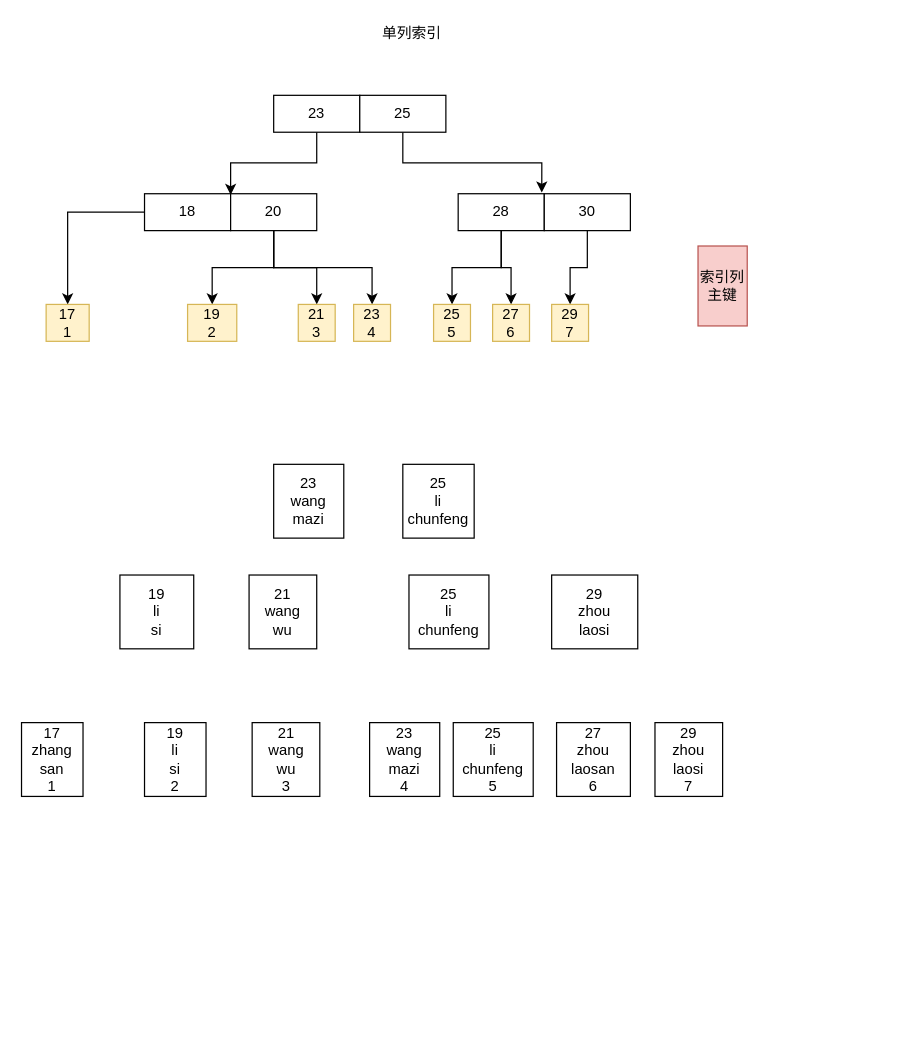
longjiangxue/blogImage keeps this draw.io diagram as break/Untitled Diagram.drawio. Above is the earlier version. Source tidied: cells renumbered, new cells numbered last; positions are measured from the earlier drawing's top-left corner, leaving out a move shared by most shapes. Both pictures are drawn from the tidied source at 123%, with x=0, y=0 at pixel (21, 21).
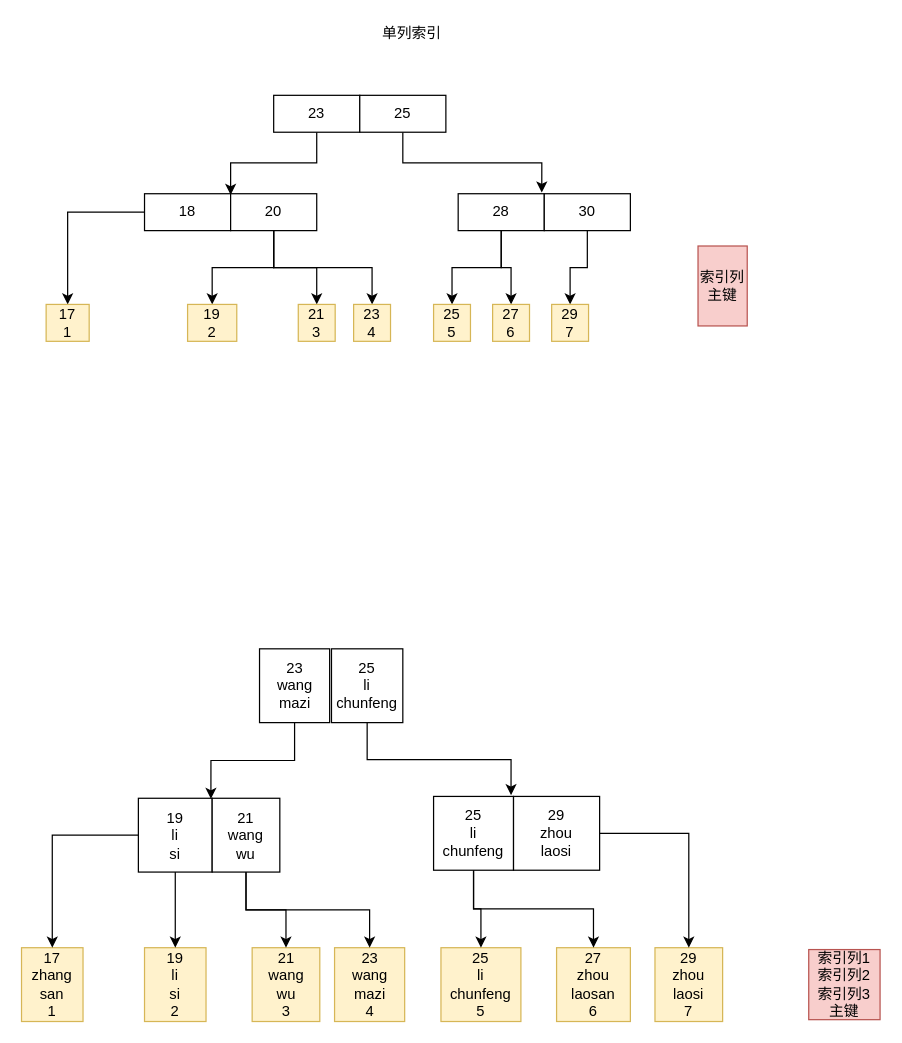
Above is the later version.

Diff of the diagram source:
```diff
@@
-    <mxCell id="26" value="23&lt;br&gt;wang&lt;br&gt;mazi&lt;br&gt;4" style="rounded=0;whiteSpace=wrap;html=1;" parent="1" vertex="1">
-      <mxGeometry x="283" y="570" width="57" height="60" as="geometry" />
+    <mxCell id="26" value="23&lt;br&gt;wang&lt;br&gt;mazi&lt;br&gt;4" style="rounded=0;whiteSpace=wrap;html=1;fillColor=#fff2cc;strokeColor=#d6b656;" parent="1" vertex="1">
+      <mxGeometry x="254.5" y="753" width="57" height="60" as="geometry" />
     </mxCell>
-    <mxCell id="27" value="17&lt;br&gt;zhang&lt;br&gt;san&lt;br&gt;1" style="rounded=0;whiteSpace=wrap;html=1;" parent="1" vertex="1">
-      <mxGeometry y="570" width="50" height="60" as="geometry" />
+    <mxCell id="27" value="17&lt;br&gt;zhang&lt;br&gt;san&lt;br&gt;1" style="rounded=0;whiteSpace=wrap;html=1;fillColor=#fff2cc;strokeColor=#d6b656;" parent="1" vertex="1">
+      <mxGeometry y="753" width="50" height="60" as="geometry" />
     </mxCell>
-    <mxCell id="28" value="19&lt;br&gt;li&lt;br&gt;si&lt;br&gt;2" style="rounded=0;whiteSpace=wrap;html=1;" parent="1" vertex="1">
-      <mxGeometry x="100" y="570" width="50" height="60" as="geometry" />
+    <mxCell id="28" value="19&lt;br&gt;li&lt;br&gt;si&lt;br&gt;2" style="rounded=0;whiteSpace=wrap;html=1;fillColor=#fff2cc;strokeColor=#d6b656;" parent="1" vertex="1">
+      <mxGeometry x="100" y="753" width="50" height="60" as="geometry" />
     </mxCell>
-    <mxCell id="29" value="21&lt;br&gt;wang&lt;br&gt;wu&lt;br&gt;3" style="rounded=0;whiteSpace=wrap;html=1;" parent="1" vertex="1">
-      <mxGeometry x="187.5" y="570" width="55" height="60" as="geometry" />
+    <mxCell id="29" value="21&lt;br&gt;wang&lt;br&gt;wu&lt;br&gt;3" style="rounded=0;whiteSpace=wrap;html=1;fillColor=#fff2cc;strokeColor=#d6b656;" parent="1" vertex="1">
+      <mxGeometry x="187.5" y="753" width="55" height="60" as="geometry" />
     </mxCell>
-    <mxCell id="30" value="25&lt;br&gt;li&lt;br&gt;chunfeng&lt;br&gt;5" style="rounded=0;whiteSpace=wrap;html=1;" parent="1" vertex="1">
-      <mxGeometry x="351" y="570" width="65" height="60" as="geometry" />
+    <mxCell id="30" value="25&lt;br&gt;li&lt;br&gt;chunfeng&lt;br&gt;5" style="rounded=0;whiteSpace=wrap;html=1;fillColor=#fff2cc;strokeColor=#d6b656;" parent="1" vertex="1">
+      <mxGeometry x="341" y="753" width="65" height="60" as="geometry" />
     </mxCell>
-    <mxCell id="31" value="27&lt;br&gt;zhou&lt;br&gt;laosan&lt;br&gt;6" style="rounded=0;whiteSpace=wrap;html=1;" parent="1" vertex="1">
-      <mxGeometry x="435" y="570" width="60" height="60" as="geometry" />
+    <mxCell id="31" value="27&lt;br&gt;zhou&lt;br&gt;laosan&lt;br&gt;6" style="rounded=0;whiteSpace=wrap;html=1;fillColor=#fff2cc;strokeColor=#d6b656;" parent="1" vertex="1">
+      <mxGeometry x="435" y="753" width="60" height="60" as="geometry" />
     </mxCell>
-    <mxCell id="32" value="29&lt;br&gt;zhou&lt;br&gt;laosi&lt;br&gt;7" style="rounded=0;whiteSpace=wrap;html=1;" parent="1" vertex="1">
-      <mxGeometry x="515" y="570" width="55" height="60" as="geometry" />
+    <mxCell id="32" value="29&lt;br&gt;zhou&lt;br&gt;laosi&lt;br&gt;7" style="rounded=0;whiteSpace=wrap;html=1;fillColor=#fff2cc;strokeColor=#d6b656;" parent="1" vertex="1">
+      <mxGeometry x="515" y="753" width="55" height="60" as="geometry" />
     </mxCell>
+    <mxCell id="39" style="edgeStyle=orthogonalEdgeStyle;rounded=0;jettySize=auto;html=1;exitX=0.5;exitY=1;exitDx=0;exitDy=0;entryX=0.983;entryY=0.008;entryDx=0;entryDy=0;entryPerimeter=0;" parent="1" edge="1" source="33" target="35">
+      <mxGeometry relative="1" as="geometry" />
+    </mxCell>
     <mxCell id="33" value="23&lt;br&gt;wang&lt;br&gt;mazi" style="rounded=0;whiteSpace=wrap;html=1;" parent="1" vertex="1">
-      <mxGeometry x="205" y="360" width="57" height="60" as="geometry" />
+      <mxGeometry x="193.5" y="510" width="57" height="60" as="geometry" />
     </mxCell>
+    <mxCell id="40" style="edgeStyle=orthogonalEdgeStyle;rounded=0;jettySize=auto;html=1;exitX=0.5;exitY=1;exitDx=0;exitDy=0;entryX=-0.029;entryY=-0.017;entryDx=0;entryDy=0;entryPerimeter=0;" parent="1" edge="1" source="34" target="38">
+      <mxGeometry relative="1" as="geometry" />
+    </mxCell>
     <mxCell id="34" value="25&lt;br&gt;li&lt;br&gt;chunfeng" style="rounded=0;whiteSpace=wrap;html=1;" parent="1" vertex="1">
-      <mxGeometry x="310" y="360" width="58" height="60" as="geometry" />
+      <mxGeometry x="252" y="510" width="58" height="60" as="geometry" />
     </mxCell>
+    <mxCell id="41" style="edgeStyle=orthogonalEdgeStyle;rounded=0;jettySize=auto;html=1;exitX=0;exitY=0.5;exitDx=0;exitDy=0;" parent="1" edge="1" source="35" target="27">
+      <mxGeometry relative="1" as="geometry" />
+    </mxCell>
+    <mxCell id="42" style="edgeStyle=orthogonalEdgeStyle;rounded=0;jettySize=auto;html=1;exitX=0.5;exitY=1;exitDx=0;exitDy=0;" parent="1" edge="1" source="35" target="28">
+      <mxGeometry relative="1" as="geometry" />
+    </mxCell>
     <mxCell id="35" value="19&lt;br&gt;li&lt;br&gt;si" style="rounded=0;whiteSpace=wrap;html=1;" parent="1" vertex="1">
-      <mxGeometry x="80" y="450" width="60" height="60" as="geometry" />
+      <mxGeometry x="95" y="631.5" width="60" height="60" as="geometry" />
     </mxCell>
+    <mxCell id="43" style="edgeStyle=orthogonalEdgeStyle;rounded=0;jettySize=auto;html=1;exitX=0.5;exitY=1;exitDx=0;exitDy=0;" parent="1" edge="1" source="36" target="29">
+      <mxGeometry relative="1" as="geometry" />
+    </mxCell>
+    <mxCell id="44" style="edgeStyle=orthogonalEdgeStyle;rounded=0;jettySize=auto;html=1;exitX=0.5;exitY=1;exitDx=0;exitDy=0;" parent="1" edge="1" source="36" target="26">
+      <mxGeometry relative="1" as="geometry" />
+    </mxCell>
     <mxCell id="36" value="21&lt;br&gt;wang&lt;br&gt;wu" style="rounded=0;whiteSpace=wrap;html=1;" parent="1" vertex="1">
-      <mxGeometry x="185" y="450" width="55" height="60" as="geometry" />
+      <mxGeometry x="155" y="631.5" width="55" height="60" as="geometry" />
     </mxCell>
+    <mxCell id="45" style="edgeStyle=orthogonalEdgeStyle;rounded=0;jettySize=auto;html=1;exitX=0.5;exitY=1;exitDx=0;exitDy=0;entryX=0.5;entryY=0;entryDx=0;entryDy=0;" parent="1" edge="1" source="37" target="30">
+      <mxGeometry relative="1" as="geometry" />
+    </mxCell>
+    <mxCell id="46" style="edgeStyle=orthogonalEdgeStyle;rounded=0;jettySize=auto;html=1;exitX=0.5;exitY=1;exitDx=0;exitDy=0;entryX=0.5;entryY=0;entryDx=0;entryDy=0;" parent="1" edge="1" source="37" target="31">
+      <mxGeometry relative="1" as="geometry" />
+    </mxCell>
     <mxCell id="37" value="25&lt;br&gt;li&lt;br&gt;chunfeng" style="rounded=0;whiteSpace=wrap;html=1;" parent="1" vertex="1">
-      <mxGeometry x="315" y="450" width="65" height="60" as="geometry" />
+      <mxGeometry x="335" y="630" width="65" height="60" as="geometry" />
     </mxCell>
+    <mxCell id="47" style="edgeStyle=orthogonalEdgeStyle;rounded=0;jettySize=auto;html=1;exitX=1;exitY=0.5;exitDx=0;exitDy=0;entryX=0.5;entryY=0;entryDx=0;entryDy=0;" parent="1" edge="1" source="38" target="32">
+      <mxGeometry relative="1" as="geometry" />
+    </mxCell>
     <mxCell id="38" value="29&lt;br&gt;zhou&lt;br&gt;laosi" style="rounded=0;whiteSpace=wrap;html=1;" parent="1" vertex="1">
-      <mxGeometry x="431" y="450" width="70" height="60" as="geometry" />
+      <mxGeometry x="400" y="630" width="70" height="60" as="geometry" />
     </mxCell>
+    <mxCell id="48" value="索引列1&lt;br&gt;索引列2&lt;br&gt;索引列3&lt;br&gt;主键" style="rounded=0;whiteSpace=wrap;html=1;fillColor=#f8cecc;strokeColor=#b85450;" parent="1" vertex="1">
+      <mxGeometry x="640" y="754.5" width="58" height="57" as="geometry" />
+    </mxCell>
```
